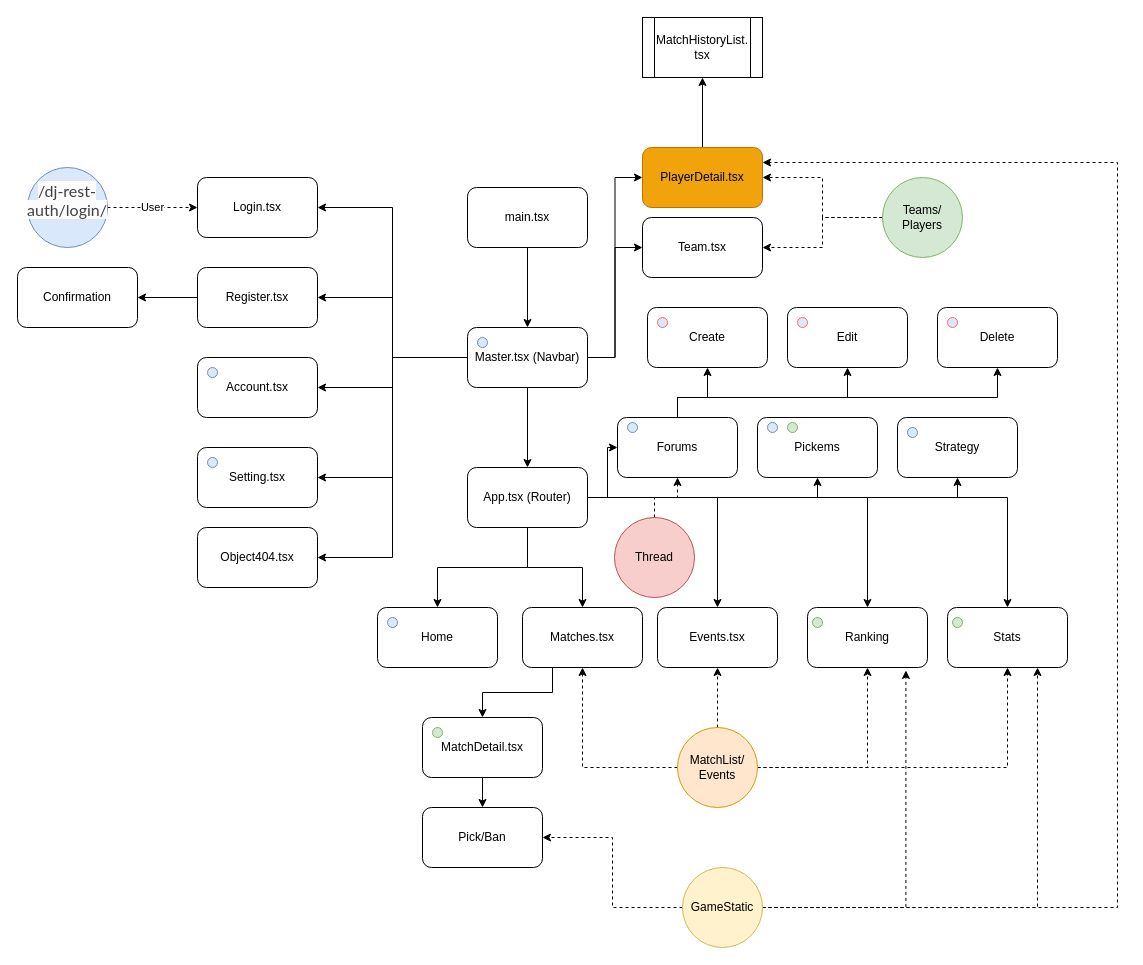
Earlier version of the draw.io diagram page "Overview" (1 of 3) of resources/frontend-diagram.drawio (dion26/ezml-site). Source tidied: cells renumbered, new cells numbered last; positions are measured from the earlier drawing's top-left corner, leaving out a move shared by most shapes. Both pictures are drawn from the tidied source at 100%, with x=0, y=0 at pixel (17, 17).
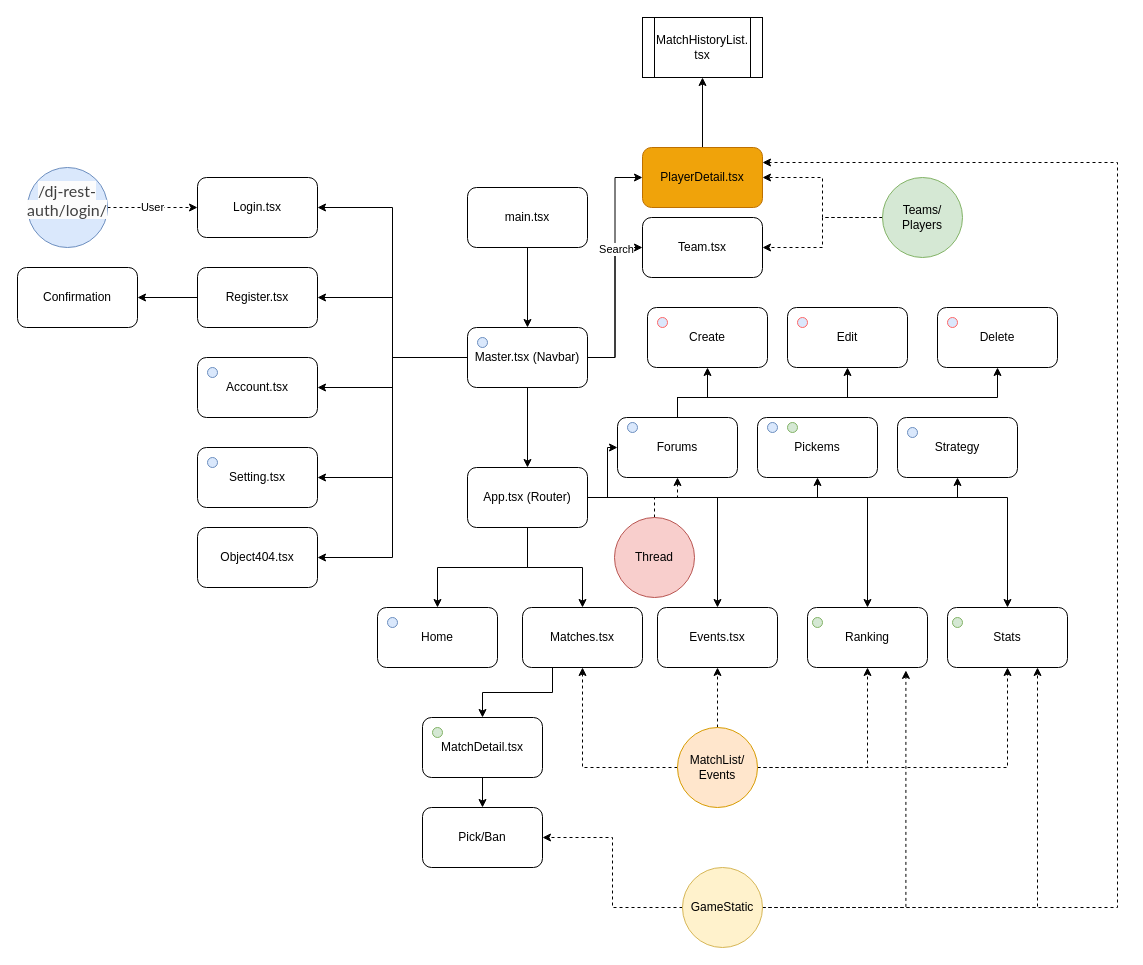
The same diagram, later.

Unchanged cells that the change refers to:
```xml
<mxCell id="11" style="edgeStyle=orthogonalEdgeStyle;rounded=0;jettySize=auto;html=1;entryX=0;entryY=0.5;entryDx=0;entryDy=0;" parent="1" edge="1" source="12" target="42">
  <mxGeometry relative="1" as="geometry" />
</mxCell>
```

Diff of the diagram source:
```diff
@@
+    <mxCell id="82" value="Search" style="edgeLabel;html=1;align=center;verticalAlign=middle;" parent="11" vertex="1">
+      <mxGeometry x="0.65" y="-1" relative="1" as="geometry" />
+    </mxCell>
```
